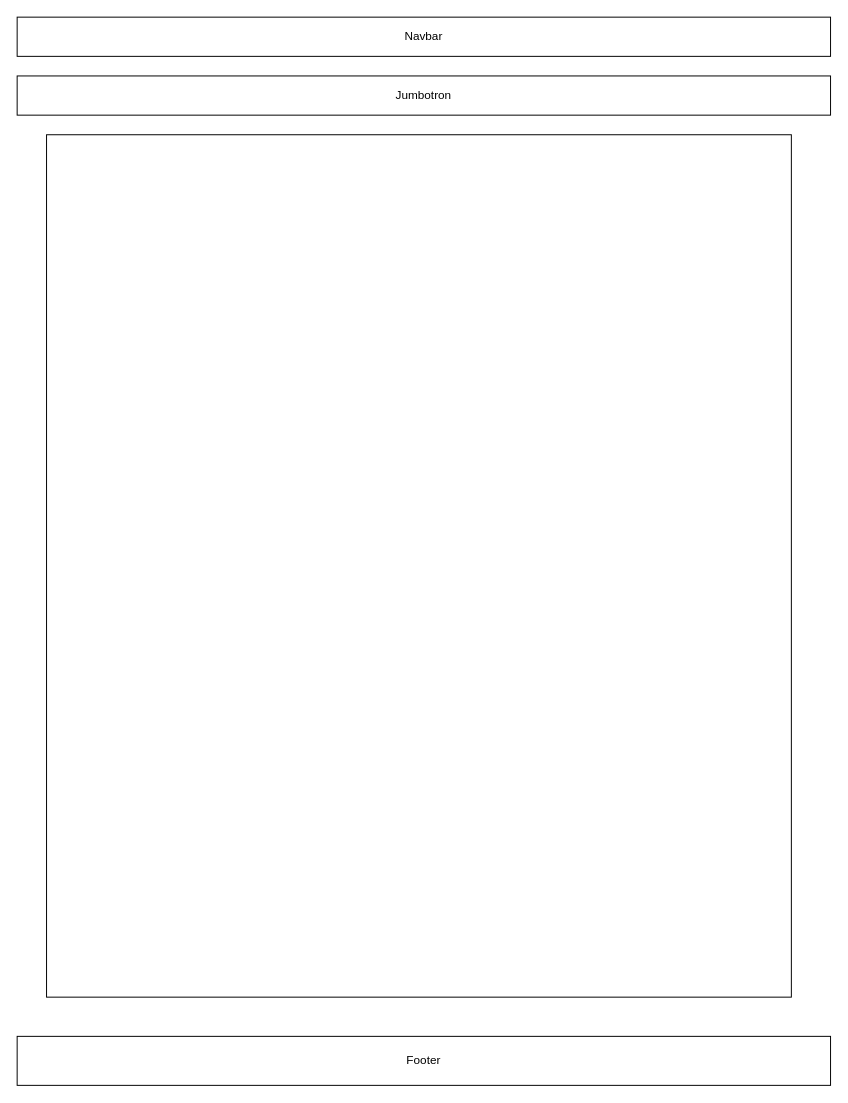
Before: page "CurrentDeals" (5 of 9) of Untitled Diagram.drawio in the-master-chefs/rockclimbingapp, a draw.io diagram. Source tidied: cells renumbered, new cells numbered last; positions are measured from the earlier drawing's top-left corner, leaving out a move shared by most shapes. Both pictures are drawn from the tidied source at 98%, with x=0, y=0 at pixel (17, 17).
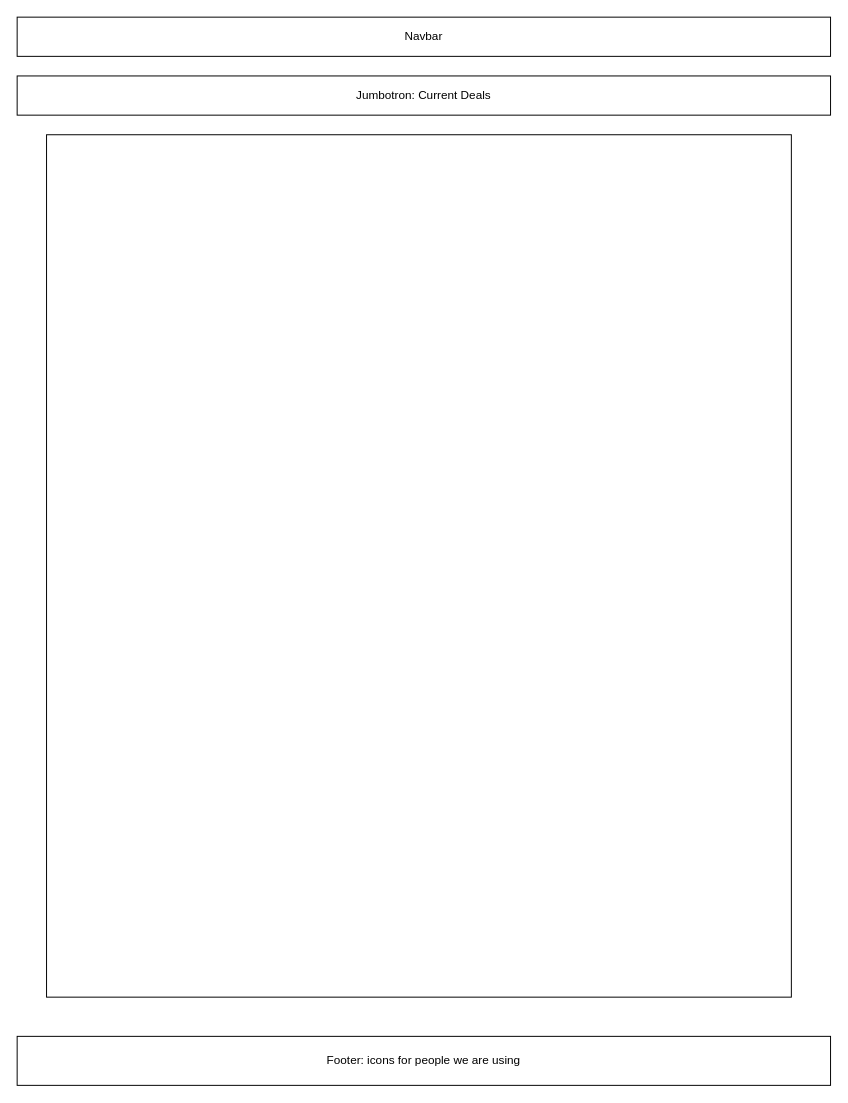
Above is the later version.

What changed in the source:
```diff
@@
 <mxGraphModel>
   <root>
     <mxCell id="0" />
     <mxCell id="1" parent="0" />
     <mxCell id="2" value="Navbar" style="rounded=0;whiteSpace=wrap;html=1;" parent="1" vertex="1">
       <mxGeometry width="830" height="40" as="geometry" />
     </mxCell>
-    <mxCell id="3" value="&lt;span style=&quot;white-space: normal&quot;&gt;Jumbotron&lt;/span&gt;" style="rounded=0;whiteSpace=wrap;html=1;" parent="1" vertex="1">
+    <mxCell id="3" value="&lt;span style=&quot;white-space: normal&quot;&gt;Jumbotron: Current Deals&lt;/span&gt;" style="rounded=0;whiteSpace=wrap;html=1;" parent="1" vertex="1">
       <mxGeometry y="60" width="830" height="40" as="geometry" />
     </mxCell>
-    <mxCell id="4" value="Footer" style="rounded=0;whiteSpace=wrap;html=1;" parent="1" vertex="1">
+    <mxCell id="4" value="Footer: icons for people we are using" style="rounded=0;whiteSpace=wrap;html=1;" parent="1" vertex="1">
       <mxGeometry y="1040" width="830" height="50" as="geometry" />
     </mxCell>
     <mxCell id="5" style="rounded=0;whiteSpace=wrap;html=1;" parent="1" vertex="1">
       <mxGeometry x="30" y="120" width="760" height="880" as="geometry" />
     </mxCell>
   </root>
 </mxGraphModel>
```
